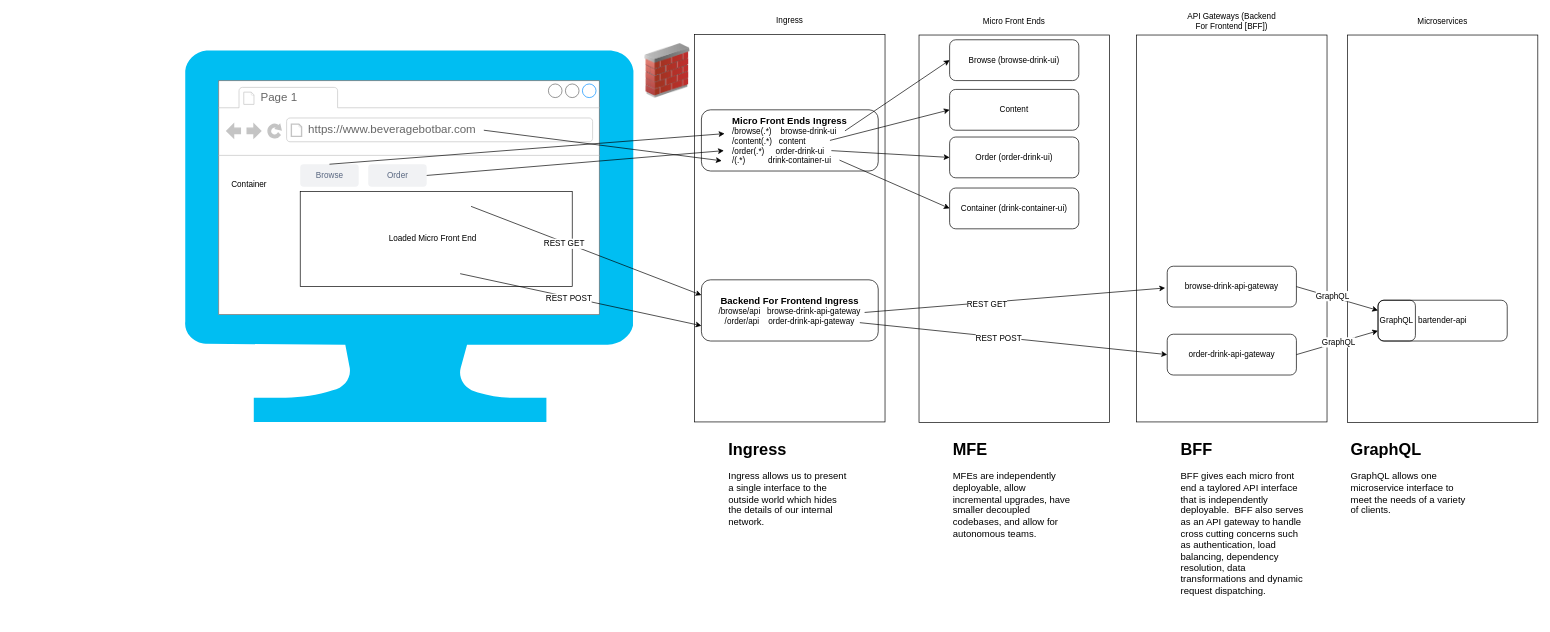
Earlier version of the draw.io diagram docs/Architecture.drawio (SamAllen83/bar-stack). Source tidied: cells renumbered, new cells numbered last; positions are measured from the earlier drawing's top-left corner, leaving out a move shared by most shapes. Both pictures are drawn from the tidied source at 68%, with x=0, y=0 at pixel (184, 14).
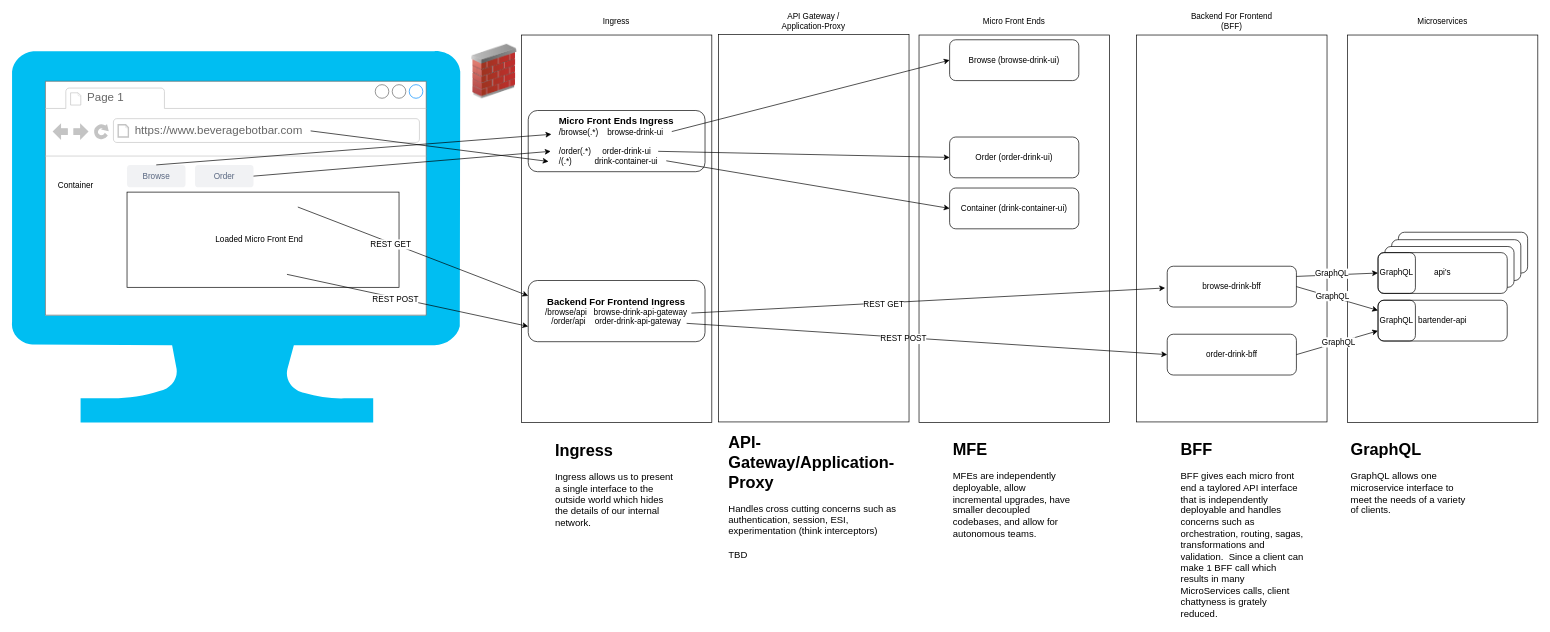
The same page after the edit.

What changed in the source:
```diff
@@
+    <mxCell id="53" style="rounded=1;whiteSpace=wrap;html=1;shadow=0;fillColor=#FFFFFF;" parent="1" vertex="1">
+      <mxGeometry x="1785" y="321" width="190" height="60" as="geometry" />
+    </mxCell>
+    <mxCell id="54" style="rounded=1;whiteSpace=wrap;html=1;shadow=0;fillColor=#FFFFFF;" parent="1" vertex="1">
+      <mxGeometry x="1775" y="332" width="190" height="60" as="geometry" />
+    </mxCell>
+    <mxCell id="55" style="rounded=1;whiteSpace=wrap;html=1;shadow=0;fillColor=#FFFFFF;" parent="1" vertex="1">
+      <mxGeometry x="1765" y="342" width="190" height="60" as="geometry" />
+    </mxCell>
     <mxCell id="2" style="verticalLabelPosition=bottom;html=1;verticalAlign=top;align=center;strokeColor=none;fillColor=#00BEF2;shape=mxgraph.azure.computer;shadow=0;" parent="1" vertex="1">
-      <mxGeometry y="53" width="660" height="547" as="geometry" />
+      <mxGeometry x="-254.7" y="54" width="660" height="547" as="geometry" />
     </mxCell>
     <mxCell id="3" style="strokeWidth=1;shadow=0;dashed=0;align=center;html=1;shape=mxgraph.mockup.containers.browserWindow;rSize=0;fillColor=#ffffff;strokeColor=#666666;strokeColor2=#008cff;strokeColor3=#c4c4c4;mainText=,;" parent="1" vertex="1">
-      <mxGeometry x="50" y="98" width="560" height="344" as="geometry" />
+      <mxGeometry x="-204.7" y="99" width="560" height="344" as="geometry" />
     </mxCell>
@@
-    <mxCell id="16" value="API Gateways (Backend For Frontend [BFF])" style="text;html=1;strokeColor=none;fillColor=none;align=center;verticalAlign=middle;whiteSpace=wrap;rounded=0;shadow=0;" parent="1" vertex="1">
+    <mxCell id="16" value="Backend For Frontend (BFF)" style="text;html=1;strokeColor=none;fillColor=none;align=center;verticalAlign=middle;whiteSpace=wrap;rounded=0;shadow=0;" parent="1" vertex="1">
       <mxGeometry x="1470" y="1" width="140" height="20" as="geometry" />
     </mxCell>
@@
-    <mxCell id="20" value="browse-drink-api-gateway" style="rounded=1;whiteSpace=wrap;html=1;shadow=0;fillColor=none;" parent="1" vertex="1">
+    <mxCell id="20" value="browse-drink-bff" style="rounded=1;whiteSpace=wrap;html=1;shadow=0;fillColor=none;" parent="1" vertex="1">
       <mxGeometry x="1445" y="371" width="190" height="60" as="geometry" />
     </mxCell>
-    <mxCell id="21" value="order-drink-api-gateway" style="rounded=1;whiteSpace=wrap;html=1;shadow=0;fillColor=none;" parent="1" vertex="1">
+    <mxCell id="21" value="order-drink-bff" style="rounded=1;whiteSpace=wrap;html=1;shadow=0;fillColor=none;" parent="1" vertex="1">
       <mxGeometry x="1445" y="471" width="190" height="60" as="geometry" />
     </mxCell>
     <mxCell id="22" style="rounded=0;whiteSpace=wrap;html=1;shadow=0;fillColor=none;" parent="1" vertex="1">
-      <mxGeometry x="170" y="261" width="400" height="140" as="geometry" />
+      <mxGeometry x="-84.7" y="262" width="400" height="140" as="geometry" />
     </mxCell>
     <mxCell id="23" style="image;html=1;labelBackgroundColor=#ffffff;image=img/lib/clip_art/networking/Firewall_02_128x128.png;shadow=0;fillColor=none;" parent="1" vertex="1">
-      <mxGeometry x="670" y="43.5" width="80" height="80" as="geometry" />
+      <mxGeometry x="415.3" y="44.5" width="80" height="80" as="geometry" />
     </mxCell>
     <mxCell id="24" style="rounded=0;whiteSpace=wrap;html=1;shadow=0;fillColor=none;" parent="1" vertex="1">
-      <mxGeometry x="750" y="30" width="280" height="570" as="geometry" />
+      <mxGeometry x="495.3" y="31" width="280" height="570" as="geometry" />
     </mxCell>
     <mxCell id="25" value="Ingress" style="text;html=1;strokeColor=none;fillColor=none;align=center;verticalAlign=middle;whiteSpace=wrap;rounded=0;shadow=0;" parent="1" vertex="1">
-      <mxGeometry x="820" width="140" height="20" as="geometry" />
+      <mxGeometry x="565.3" y="1" width="140" height="20" as="geometry" />
     </mxCell>
-    <mxCell id="26" value="&lt;font style=&quot;font-size: 14px&quot;&gt;&lt;b&gt;Micro Front Ends Ingress&lt;br&gt;&lt;/b&gt;&lt;/font&gt;&lt;div style=&quot;text-align: left&quot;&gt;/browse(.*)&amp;nbsp; &amp;nbsp; browse-drink-ui&lt;/div&gt;&lt;div style=&quot;text-align: left&quot;&gt;/content(.*)&amp;nbsp; &amp;nbsp;content&lt;/div&gt;&lt;div style=&quot;text-align: left&quot;&gt;/order(.*)&amp;nbsp; &amp;nbsp; &amp;nbsp;order-drink-ui&lt;/div&gt;&lt;div style=&quot;text-align: left&quot;&gt;/(.*)&amp;nbsp; &amp;nbsp; &amp;nbsp; &amp;nbsp; &amp;nbsp; drink-container-ui&lt;/div&gt;" style="rounded=1;whiteSpace=wrap;html=1;shadow=0;fillColor=none;" parent="1" vertex="1">
-      <mxGeometry x="760" y="141" width="260" height="90" as="geometry" />
+    <mxCell id="26" value="&lt;font style=&quot;font-size: 14px&quot;&gt;&lt;b&gt;Micro Front Ends Ingress&lt;br&gt;&lt;/b&gt;&lt;/font&gt;&lt;div style=&quot;text-align: left&quot;&gt;/browse(.*)&amp;nbsp; &amp;nbsp; browse-drink-ui&lt;/div&gt;&lt;div style=&quot;text-align: left&quot;&gt;&lt;br&gt;&lt;/div&gt;&lt;div style=&quot;text-align: left&quot;&gt;/order(.*)&amp;nbsp; &amp;nbsp; &amp;nbsp;order-drink-ui&lt;/div&gt;&lt;div style=&quot;text-align: left&quot;&gt;/(.*)&amp;nbsp; &amp;nbsp; &amp;nbsp; &amp;nbsp; &amp;nbsp; drink-container-ui&lt;/div&gt;" style="rounded=1;whiteSpace=wrap;html=1;shadow=0;fillColor=none;" parent="1" vertex="1">
+      <mxGeometry x="505.3" y="142" width="260" height="90" as="geometry" />
     </mxCell>
     <mxCell id="27" value="&lt;font style=&quot;font-size: 14px&quot;&gt;&lt;b&gt;Backend For Frontend Ingress&lt;/b&gt;&lt;/font&gt;&lt;br&gt;&lt;div style=&quot;text-align: left&quot;&gt;&lt;div style=&quot;text-align: center&quot;&gt;/browse/api&amp;nbsp; &amp;nbsp;browse-drink-api-gateway&lt;/div&gt;&lt;div style=&quot;text-align: center&quot;&gt;/order/api&amp;nbsp; &amp;nbsp; order-drink-api-gateway&lt;/div&gt;&lt;/div&gt;" style="rounded=1;whiteSpace=wrap;html=1;shadow=0;fillColor=none;" parent="1" vertex="1">
-      <mxGeometry x="760" y="391" width="260" height="90" as="geometry" />
+      <mxGeometry x="505.3" y="392" width="260" height="90" as="geometry" />
     </mxCell>
-    <mxCell id="28" value="Content" style="rounded=1;whiteSpace=wrap;html=1;shadow=0;fillColor=none;" parent="1" vertex="1">
-      <mxGeometry x="1125" y="111" width="190" height="60" as="geometry" />
-    </mxCell>
@@
     <mxCell id="31" value="Loaded Micro Front End" style="text;html=1;strokeColor=none;fillColor=none;align=center;verticalAlign=middle;whiteSpace=wrap;rounded=0;" parent="1" vertex="1">
-      <mxGeometry x="290" y="316" width="150" height="30" as="geometry" />
+      <mxGeometry x="35.3" y="317" width="150" height="30" as="geometry" />
     </mxCell>
@@
-    <mxCell id="46" value="&lt;h1&gt;BFF&lt;/h1&gt;&lt;p&gt;&lt;font style=&quot;font-size: 14px&quot;&gt;BFF gives each micro front end a taylored API interface that is independently deployable.&amp;nbsp; BFF also serves as an API gateway to handle cross cutting concerns such as authentication, load balancing, dependency resolution, data transformations and dynamic request dispatching.&lt;/font&gt;&lt;/p&gt;" style="text;html=1;strokeColor=none;fillColor=none;spacing=5;spacingTop=-20;whiteSpace=wrap;overflow=hidden;rounded=0;" parent="1" vertex="1">
-      <mxGeometry x="1460" y="621" width="190" height="250" as="geometry" />
+    <mxCell id="46" value="&lt;h1&gt;BFF&lt;/h1&gt;&lt;p&gt;&lt;font style=&quot;font-size: 14px&quot;&gt;BFF gives each micro front end a taylored API interface that is independently deployable and handles concerns such as orchestration, routing, sagas, transformations and validation.&amp;nbsp; Since a client can make 1 BFF call which results in many MicroServices calls, client chattyness is grately reduced.&lt;/font&gt;&lt;/p&gt;" style="text;html=1;strokeColor=none;fillColor=none;spacing=5;spacingTop=-20;whiteSpace=wrap;overflow=hidden;rounded=0;" parent="1" vertex="1">
+      <mxGeometry x="1460" y="621" width="190" height="270" as="geometry" />
     </mxCell>
@@
     <mxCell id="48" value="&lt;h1&gt;Ingress&lt;/h1&gt;&lt;p&gt;&lt;/p&gt;&lt;font style=&quot;font-size: 14px&quot;&gt;Ingress allows us to present a single interface to the outside world which hides the details of our internal network.&lt;/font&gt;" style="text;html=1;strokeColor=none;fillColor=none;spacing=5;spacingTop=-20;whiteSpace=wrap;overflow=hidden;rounded=0;" parent="1" vertex="1">
-      <mxGeometry x="795" y="621" width="190" height="140" as="geometry" />
+      <mxGeometry x="540.3" y="622" width="190" height="140" as="geometry" />
     </mxCell>
@@
-    <mxCell id="52" style="endArrow=classic;html=1;entryX=0;entryY=0.5;entryDx=0;entryDy=0;" parent="1" edge="1" target="28">
-      <mxGeometry relative="1" as="geometry">
-        <mxPoint x="949" y="186" as="sourcePoint" />
-      </mxGeometry>
-    </mxCell>
+    <mxCell id="56" value="&lt;h1&gt;API-Gateway/Application-Proxy&lt;/h1&gt;&lt;p&gt;&lt;/p&gt;&lt;span style=&quot;font-size: 14px&quot;&gt;Handles cross cutting concerns such as authentication, session, ESI, experimentation (think interceptors)&lt;br&gt;&lt;br&gt;TBD&lt;br&gt;&lt;/span&gt;" style="text;html=1;strokeColor=none;fillColor=none;spacing=5;spacingTop=-20;whiteSpace=wrap;overflow=hidden;rounded=0;" parent="1" vertex="1">
+      <mxGeometry x="795.3" y="611" width="260" height="210" as="geometry" />
+    </mxCell>
+    <mxCell id="57" style="rounded=0;whiteSpace=wrap;html=1;shadow=0;fillColor=none;" parent="1" vertex="1">
+      <mxGeometry x="785.3" y="30" width="280" height="570" as="geometry" />
+    </mxCell>
+    <mxCell id="58" value="API Gateway / Application-Proxy" style="text;html=1;strokeColor=none;fillColor=none;align=center;verticalAlign=middle;whiteSpace=wrap;rounded=0;shadow=0;" parent="1" vertex="1">
+      <mxGeometry x="855.3" y="1" width="140" height="20" as="geometry" />
+    </mxCell>
+    <mxCell id="59" value="api's" style="rounded=1;whiteSpace=wrap;html=1;shadow=0;fillColor=#FFFFFF;" parent="1" vertex="1">
+      <mxGeometry x="1755" y="351" width="190" height="60" as="geometry" />
+    </mxCell>
+    <mxCell id="60" value="GraphQL" style="rounded=1;whiteSpace=wrap;html=1;shadow=0;fillColor=none;" parent="1" vertex="1">
+      <mxGeometry x="1755" y="351" width="55" height="60" as="geometry" />
+    </mxCell>
+    <mxCell id="61" style="endArrow=classic;html=1;entryX=0;entryY=0.5;entryDx=0;entryDy=0;exitX=1;exitY=0.25;exitDx=0;exitDy=0;" parent="1" edge="1" source="20" target="60">
+      <mxGeometry relative="1" as="geometry" />
+    </mxCell>
+    <mxCell id="62" value="GraphQL" style="text;html=1;align=center;verticalAlign=middle;labelBackgroundColor=#ffffff;" parent="61" vertex="1">
+      <mxGeometry x="-0.13" y="2" relative="1" as="geometry" />
+    </mxCell>
```
